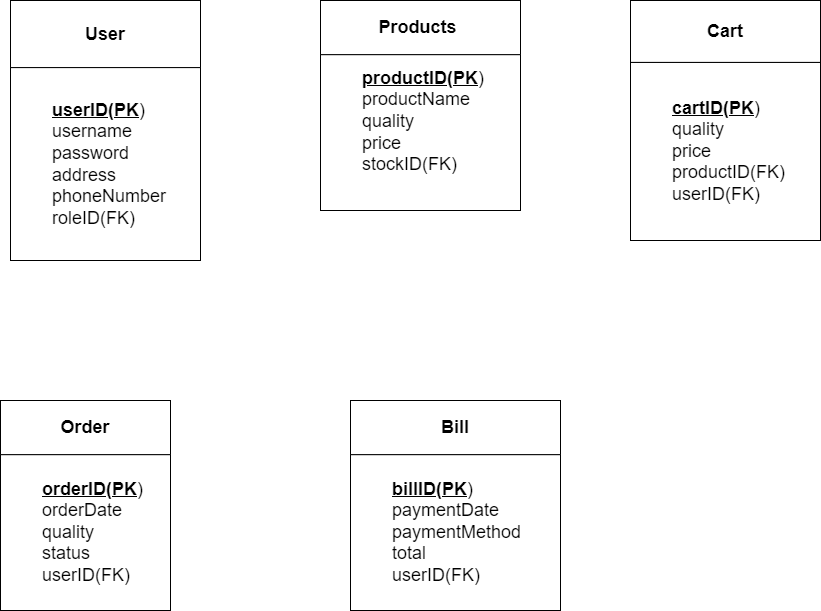
Before: DuAn4.drawio.png, a diagram exported from draw.io (PhamThom129D/JDBC). Source tidied: cells renumbered, new cells last; positions are measured from the earlier drawing's top-left corner, leaving out a move shared by most shapes.
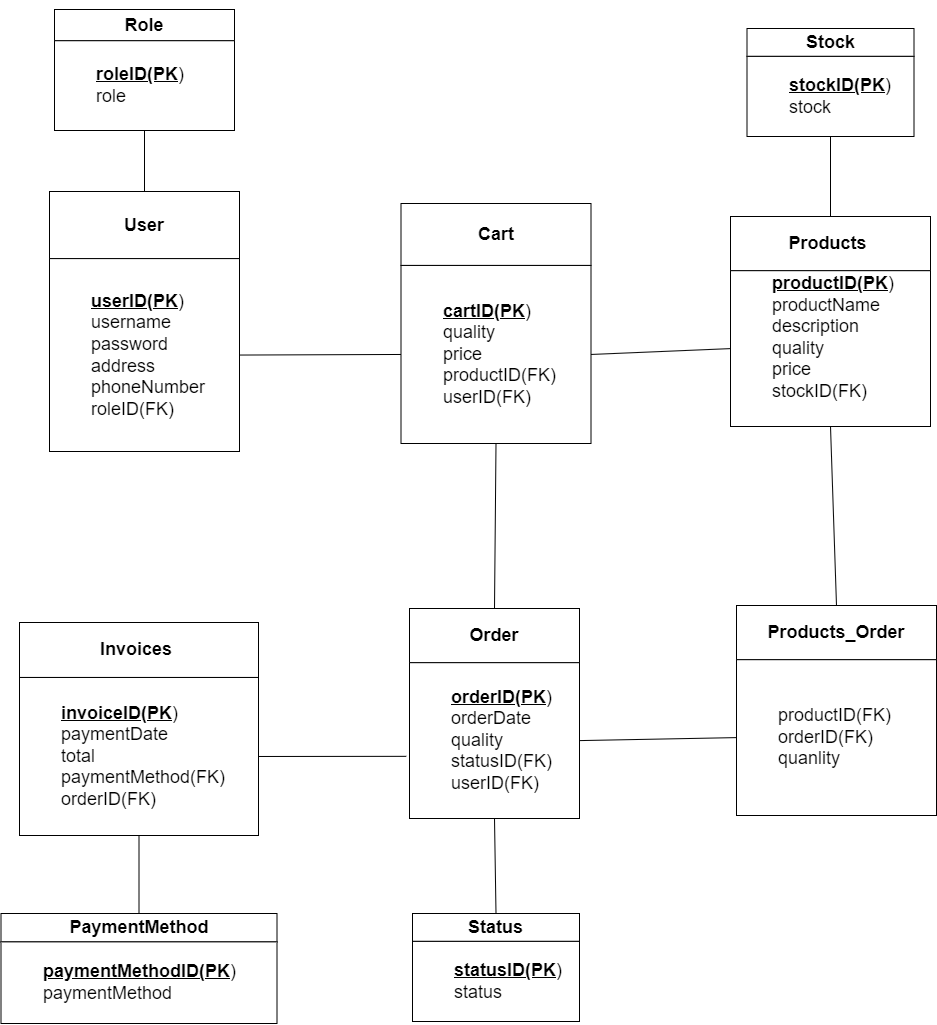
After the commit.

Commit message:
Cập nhật DuAn4.drawio.png

The edit, as a diff of the source:
```diff
@@ -3,7 +3,7 @@
     <mxCell id="0" />
     <mxCell id="1" parent="0" />
     <mxCell id="2" style="group;verticalAlign=bottom;align=center;labelPosition=center;verticalLabelPosition=top;textDirection=ltr;" parent="1" vertex="1">
-      <mxGeometry x="10" width="190" height="260" as="geometry" />
+      <mxGeometry x="-353" y="-9" width="190" height="260" as="geometry" />
     </mxCell>
     <mxCell id="3" value="&lt;h2&gt;User&lt;/h2&gt;" style="rounded=0;whiteSpace=wrap;html=1;align=center;" parent="2" vertex="1">
       <mxGeometry width="190" height="67.1" as="geometry" />
@@ -12,16 +12,16 @@
       <mxGeometry y="67.1" width="190" height="192.9" as="geometry" />
     </mxCell>
     <mxCell id="5" style="group;verticalAlign=bottom;align=center;labelPosition=center;verticalLabelPosition=top;textDirection=ltr;" parent="1" vertex="1">
-      <mxGeometry x="320" width="200" height="210" as="geometry" />
+      <mxGeometry x="328" y="16" width="200" height="210" as="geometry" />
     </mxCell>
     <mxCell id="6" value="&lt;h2&gt;Products&amp;nbsp;&lt;/h2&gt;" style="rounded=0;whiteSpace=wrap;html=1;align=center;" parent="5" vertex="1">
       <mxGeometry width="200" height="54.2" as="geometry" />
     </mxCell>
-    <mxCell id="7" value="&lt;blockquote style=&quot;margin: 0px 0px 0px 40px; border: none; padding: 0px; font-size: 18px;&quot;&gt;&lt;u&gt;&lt;b&gt;productID(PK&lt;/b&gt;&lt;/u&gt;)&lt;br&gt;productName&lt;br&gt;quality&amp;nbsp;&lt;br&gt;price&amp;nbsp;&lt;/blockquote&gt;&lt;blockquote style=&quot;margin: 0px 0px 0px 40px; border: none; padding: 0px; font-size: 18px;&quot;&gt;stockID(FK)&lt;br&gt;&lt;br&gt;&lt;/blockquote&gt;" style="rounded=0;whiteSpace=wrap;html=1;align=left;labelPosition=center;verticalLabelPosition=middle;verticalAlign=middle;" parent="5" vertex="1">
+    <mxCell id="7" value="&lt;blockquote style=&quot;margin: 0px 0px 0px 40px; border: none; padding: 0px; font-size: 18px;&quot;&gt;&lt;u&gt;&lt;b&gt;productID(PK&lt;/b&gt;&lt;/u&gt;)&lt;br&gt;productName&lt;/blockquote&gt;&lt;blockquote style=&quot;margin: 0px 0px 0px 40px; border: none; padding: 0px;&quot;&gt;&lt;span style=&quot;font-size: 18px;&quot;&gt;description&lt;/span&gt;&lt;br&gt;&lt;span style=&quot;font-size: 18px;&quot;&gt;quality&amp;nbsp;&lt;/span&gt;&lt;br&gt;&lt;span style=&quot;font-size: 18px;&quot;&gt;price&amp;nbsp;&lt;/span&gt;&lt;/blockquote&gt;&lt;blockquote style=&quot;margin: 0px 0px 0px 40px; border: none; padding: 0px; font-size: 18px;&quot;&gt;stockID(FK)&lt;br&gt;&lt;br&gt;&lt;/blockquote&gt;" style="rounded=0;whiteSpace=wrap;html=1;align=left;labelPosition=center;verticalLabelPosition=middle;verticalAlign=middle;" parent="5" vertex="1">
       <mxGeometry y="54.2" width="200" height="155.8" as="geometry" />
     </mxCell>
     <mxCell id="8" style="group;verticalAlign=bottom;align=center;labelPosition=center;verticalLabelPosition=top;textDirection=ltr;" parent="1" vertex="1">
-      <mxGeometry x="630" width="190" height="240" as="geometry" />
+      <mxGeometry x="-1.5" y="3" width="190" height="240" as="geometry" />
     </mxCell>
     <mxCell id="9" value="&lt;h2&gt;Cart&lt;/h2&gt;" style="rounded=0;whiteSpace=wrap;html=1;align=center;" parent="8" vertex="1">
       <mxGeometry width="190" height="61.9" as="geometry" />
@@ -30,22 +30,97 @@
       <mxGeometry y="61.9" width="190" height="178.1" as="geometry" />
     </mxCell>
     <mxCell id="11" style="group;verticalAlign=bottom;align=center;labelPosition=center;verticalLabelPosition=top;textDirection=ltr;" parent="1" vertex="1">
-      <mxGeometry y="400" width="170" height="210" as="geometry" />
+      <mxGeometry x="7" y="408" width="170" height="210" as="geometry" />
     </mxCell>
     <mxCell id="12" value="&lt;h2&gt;Order&lt;/h2&gt;" style="rounded=0;whiteSpace=wrap;html=1;align=center;" parent="11" vertex="1">
       <mxGeometry width="170" height="54.2" as="geometry" />
     </mxCell>
-    <mxCell id="13" value="&lt;blockquote style=&quot;margin: 0px 0px 0px 40px; border: none; padding: 0px; font-size: 18px;&quot;&gt;&lt;u&gt;&lt;b&gt;orderID(PK&lt;/b&gt;&lt;/u&gt;)&lt;br&gt;orderDate&lt;br&gt;quality&lt;/blockquote&gt;&lt;blockquote style=&quot;margin: 0px 0px 0px 40px; border: none; padding: 0px; font-size: 18px;&quot;&gt;status&lt;/blockquote&gt;&lt;blockquote style=&quot;margin: 0px 0px 0px 40px; border: none; padding: 0px; font-size: 18px;&quot;&gt;userID(FK)&lt;/blockquote&gt;" style="rounded=0;whiteSpace=wrap;html=1;align=left;labelPosition=center;verticalLabelPosition=middle;verticalAlign=middle;" parent="11" vertex="1">
+    <mxCell id="13" value="&lt;blockquote style=&quot;margin: 0px 0px 0px 40px; border: none; padding: 0px; font-size: 18px;&quot;&gt;&lt;u&gt;&lt;b&gt;orderID(PK&lt;/b&gt;&lt;/u&gt;)&lt;br&gt;orderDate&lt;br&gt;quality&lt;/blockquote&gt;&lt;blockquote style=&quot;margin: 0px 0px 0px 40px; border: none; padding: 0px; font-size: 18px;&quot;&gt;statusID(FK)&lt;/blockquote&gt;&lt;blockquote style=&quot;margin: 0px 0px 0px 40px; border: none; padding: 0px; font-size: 18px;&quot;&gt;userID(FK)&lt;/blockquote&gt;" style="rounded=0;whiteSpace=wrap;html=1;align=left;labelPosition=center;verticalLabelPosition=middle;verticalAlign=middle;" parent="11" vertex="1">
       <mxGeometry y="54.2" width="170" height="155.8" as="geometry" />
     </mxCell>
     <mxCell id="14" style="group;verticalAlign=bottom;align=center;labelPosition=center;verticalLabelPosition=top;textDirection=ltr;" parent="1" vertex="1">
-      <mxGeometry x="350" y="400" width="210" height="210" as="geometry" />
+      <mxGeometry x="-383" y="422" width="239" height="213" as="geometry" />
     </mxCell>
-    <mxCell id="15" value="&lt;h2&gt;Bill&lt;/h2&gt;" style="rounded=0;whiteSpace=wrap;html=1;align=center;" parent="14" vertex="1">
-      <mxGeometry width="210" height="54.2" as="geometry" />
+    <mxCell id="15" value="&lt;h2&gt;Invoices&amp;nbsp;&lt;/h2&gt;" style="rounded=0;whiteSpace=wrap;html=1;align=center;" parent="14" vertex="1">
+      <mxGeometry width="239" height="55" as="geometry" />
     </mxCell>
-    <mxCell id="16" value="&lt;blockquote style=&quot;margin: 0px 0px 0px 40px; border: none; padding: 0px; font-size: 18px;&quot;&gt;&lt;u&gt;&lt;b&gt;billID(PK&lt;/b&gt;&lt;/u&gt;)&lt;br&gt;paymentDate&lt;/blockquote&gt;&lt;blockquote style=&quot;margin: 0px 0px 0px 40px; border: none; padding: 0px; font-size: 18px;&quot;&gt;paymentMethod&lt;br&gt;total&lt;/blockquote&gt;&lt;blockquote style=&quot;margin: 0px 0px 0px 40px; border: none; padding: 0px; font-size: 18px;&quot;&gt;userID(FK)&lt;/blockquote&gt;" style="rounded=0;whiteSpace=wrap;html=1;align=left;labelPosition=center;verticalLabelPosition=middle;verticalAlign=middle;" parent="14" vertex="1">
-      <mxGeometry y="54.2" width="210" height="155.8" as="geometry" />
+    <mxCell id="16" value="&lt;blockquote style=&quot;margin: 0px 0px 0px 40px; border: none; padding: 0px; font-size: 18px;&quot;&gt;&lt;u&gt;&lt;b&gt;invoiceID(PK&lt;/b&gt;&lt;/u&gt;)&lt;br&gt;paymentDate&lt;/blockquote&gt;&lt;blockquote style=&quot;margin: 0px 0px 0px 40px; border: none; padding: 0px; font-size: 18px;&quot;&gt;total&lt;/blockquote&gt;&lt;blockquote style=&quot;margin: 0px 0px 0px 40px; border: none; padding: 0px; font-size: 18px;&quot;&gt;paymentMethod(FK)&lt;br&gt;&lt;/blockquote&gt;&lt;blockquote style=&quot;margin: 0px 0px 0px 40px; border: none; padding: 0px; font-size: 18px;&quot;&gt;orderID(FK)&lt;/blockquote&gt;" style="rounded=0;whiteSpace=wrap;html=1;align=left;labelPosition=center;verticalLabelPosition=middle;verticalAlign=middle;" parent="14" vertex="1">
+      <mxGeometry y="55" width="239" height="158" as="geometry" />
     </mxCell>
+    <mxCell id="17" style="group;verticalAlign=bottom;align=center;labelPosition=center;verticalLabelPosition=top;textDirection=ltr;" parent="1" vertex="1">
+      <mxGeometry x="344.5" y="-172" width="167" height="108" as="geometry" />
+    </mxCell>
+    <mxCell id="18" value="&lt;h2&gt;Stock&lt;/h2&gt;" style="rounded=0;whiteSpace=wrap;html=1;align=center;" parent="17" vertex="1">
+      <mxGeometry width="167" height="27.9" as="geometry" />
+    </mxCell>
+    <mxCell id="19" value="&lt;blockquote style=&quot;margin: 0px 0px 0px 40px; border: none; padding: 0px; font-size: 18px;&quot;&gt;&lt;u&gt;&lt;b&gt;stockID(PK&lt;/b&gt;&lt;/u&gt;)&lt;br&gt;stock&lt;/blockquote&gt;" style="rounded=0;whiteSpace=wrap;html=1;align=left;labelPosition=center;verticalLabelPosition=middle;verticalAlign=middle;" parent="17" vertex="1">
+      <mxGeometry y="27.9" width="167" height="80.1" as="geometry" />
+    </mxCell>
+    <mxCell id="20" style="group;verticalAlign=bottom;align=center;labelPosition=center;verticalLabelPosition=top;textDirection=ltr;" parent="1" vertex="1">
+      <mxGeometry x="-348" y="-191" width="180" height="121" as="geometry" />
+    </mxCell>
+    <mxCell id="21" value="&lt;h2&gt;Role&lt;/h2&gt;" style="rounded=0;whiteSpace=wrap;html=1;align=center;" parent="20" vertex="1">
+      <mxGeometry width="180" height="31.2" as="geometry" />
+    </mxCell>
+    <mxCell id="22" value="&lt;blockquote style=&quot;margin: 0px 0px 0px 40px; border: none; padding: 0px; font-size: 18px;&quot;&gt;&lt;u&gt;&lt;b&gt;roleID(PK&lt;/b&gt;&lt;/u&gt;)&lt;br&gt;role&lt;/blockquote&gt;" style="rounded=0;whiteSpace=wrap;html=1;align=left;labelPosition=center;verticalLabelPosition=middle;verticalAlign=middle;" parent="20" vertex="1">
+      <mxGeometry y="31.2" width="180" height="89.8" as="geometry" />
+    </mxCell>
+    <mxCell id="23" style="group;verticalAlign=bottom;align=center;labelPosition=center;verticalLabelPosition=top;textDirection=ltr;" parent="1" vertex="1">
+      <mxGeometry x="10" y="713" width="167" height="108" as="geometry" />
+    </mxCell>
+    <mxCell id="24" value="&lt;h2&gt;Status&lt;/h2&gt;" style="rounded=0;whiteSpace=wrap;html=1;align=center;" parent="23" vertex="1">
+      <mxGeometry width="167" height="27.9" as="geometry" />
+    </mxCell>
+    <mxCell id="25" value="&lt;blockquote style=&quot;margin: 0px 0px 0px 40px; border: none; padding: 0px; font-size: 18px;&quot;&gt;&lt;u&gt;&lt;b&gt;statusID(PK&lt;/b&gt;&lt;/u&gt;)&lt;br&gt;status&lt;/blockquote&gt;" style="rounded=0;whiteSpace=wrap;html=1;align=left;labelPosition=center;verticalLabelPosition=middle;verticalAlign=middle;" parent="23" vertex="1">
+      <mxGeometry y="27.9" width="167" height="80.1" as="geometry" />
+    </mxCell>
+    <mxCell id="26" style="group;verticalAlign=bottom;align=center;labelPosition=center;verticalLabelPosition=top;textDirection=ltr;" parent="1" vertex="1">
+      <mxGeometry x="-401.5" y="713" width="276" height="110" as="geometry" />
+    </mxCell>
+    <mxCell id="27" value="&lt;h2&gt;PaymentMethod&lt;/h2&gt;" style="rounded=0;whiteSpace=wrap;html=1;align=center;" parent="26" vertex="1">
+      <mxGeometry width="276" height="28.4" as="geometry" />
+    </mxCell>
+    <mxCell id="28" value="&lt;blockquote style=&quot;margin: 0px 0px 0px 40px; border: none; padding: 0px; font-size: 18px;&quot;&gt;&lt;u&gt;&lt;b&gt;paymentMethodID(PK&lt;/b&gt;&lt;/u&gt;)&lt;br&gt;paymentMethod&lt;/blockquote&gt;" style="rounded=0;whiteSpace=wrap;html=1;align=left;labelPosition=center;verticalLabelPosition=middle;verticalAlign=middle;" parent="26" vertex="1">
+      <mxGeometry y="28.4" width="276" height="81.6" as="geometry" />
+    </mxCell>
+    <mxCell id="29" style="group;verticalAlign=bottom;align=center;labelPosition=center;verticalLabelPosition=top;textDirection=ltr;" parent="1" vertex="1">
+      <mxGeometry x="334" y="405" width="200" height="210" as="geometry" />
+    </mxCell>
+    <mxCell id="30" value="&lt;h2&gt;Products_Order&lt;/h2&gt;" style="rounded=0;whiteSpace=wrap;html=1;align=center;" parent="29" vertex="1">
+      <mxGeometry width="200" height="54.2" as="geometry" />
+    </mxCell>
+    <mxCell id="31" value="&lt;blockquote style=&quot;margin: 0px 0px 0px 40px; border: none; padding: 0px; font-size: 18px;&quot;&gt;productID(FK)&lt;/blockquote&gt;&lt;blockquote style=&quot;margin: 0px 0px 0px 40px; border: none; padding: 0px; font-size: 18px;&quot;&gt;orderID(FK)&lt;/blockquote&gt;&lt;blockquote style=&quot;margin: 0px 0px 0px 40px; border: none; padding: 0px; font-size: 18px;&quot;&gt;quanlity&lt;/blockquote&gt;" style="rounded=0;whiteSpace=wrap;html=1;align=left;labelPosition=center;verticalLabelPosition=middle;verticalAlign=middle;" parent="29" vertex="1">
+      <mxGeometry y="54.2" width="200" height="155.8" as="geometry" />
+    </mxCell>
+    <mxCell id="32" style="endArrow=none;html=1;rounded=0;entryX=0.5;entryY=1;entryDx=0;entryDy=0;exitX=0.5;exitY=0;exitDx=0;exitDy=0;" parent="1" edge="1" source="30" target="7">
+      <mxGeometry relative="1" as="geometry" />
+    </mxCell>
+    <mxCell id="33" style="endArrow=none;html=1;rounded=0;entryX=0;entryY=0.5;entryDx=0;entryDy=0;exitX=1;exitY=0.5;exitDx=0;exitDy=0;" parent="1" edge="1" source="13" target="31">
+      <mxGeometry relative="1" as="geometry" />
+    </mxCell>
+    <mxCell id="34" style="endArrow=none;html=1;rounded=0;exitX=0.5;exitY=0;exitDx=0;exitDy=0;entryX=0.5;entryY=1;entryDx=0;entryDy=0;" parent="1" edge="1" source="6" target="19">
+      <mxGeometry relative="1" as="geometry" />
+    </mxCell>
+    <mxCell id="35" style="endArrow=none;html=1;rounded=0;exitX=0.5;exitY=1;exitDx=0;exitDy=0;entryX=0.5;entryY=0;entryDx=0;entryDy=0;" parent="1" edge="1" source="13" target="24">
+      <mxGeometry relative="1" as="geometry" />
+    </mxCell>
+    <mxCell id="36" style="endArrow=none;html=1;rounded=0;exitX=0.5;exitY=1;exitDx=0;exitDy=0;entryX=0.5;entryY=0;entryDx=0;entryDy=0;" parent="1" edge="1" source="16" target="27">
+      <mxGeometry relative="1" as="geometry" />
+    </mxCell>
+    <mxCell id="37" style="endArrow=none;html=1;rounded=0;exitX=-0.019;exitY=0.601;exitDx=0;exitDy=0;exitPerimeter=0;entryX=1;entryY=0.5;entryDx=0;entryDy=0;" parent="1" edge="1" source="13" target="16">
+      <mxGeometry relative="1" as="geometry" />
+    </mxCell>
+    <mxCell id="38" style="endArrow=none;html=1;rounded=0;exitX=0.5;exitY=0;exitDx=0;exitDy=0;entryX=0.5;entryY=1;entryDx=0;entryDy=0;" parent="1" edge="1" source="12" target="10">
+      <mxGeometry relative="1" as="geometry" />
+    </mxCell>
+    <mxCell id="39" style="endArrow=none;html=1;rounded=0;exitX=1;exitY=0.5;exitDx=0;exitDy=0;entryX=0;entryY=0.5;entryDx=0;entryDy=0;" parent="1" edge="1" source="4" target="10">
+      <mxGeometry relative="1" as="geometry" />
+    </mxCell>
+    <mxCell id="40" style="endArrow=none;html=1;rounded=0;entryX=0;entryY=0.5;entryDx=0;entryDy=0;exitX=1;exitY=0.5;exitDx=0;exitDy=0;" parent="1" edge="1" source="10" target="7">
+      <mxGeometry relative="1" as="geometry" />
+    </mxCell>
+    <mxCell id="41" style="endArrow=none;html=1;rounded=0;exitX=0.5;exitY=1;exitDx=0;exitDy=0;entryX=0.5;entryY=0;entryDx=0;entryDy=0;" parent="1" edge="1" source="22" target="3">
+      <mxGeometry relative="1" as="geometry" />
+    </mxCell>
   </root>
 </mxGraphModel>
```
